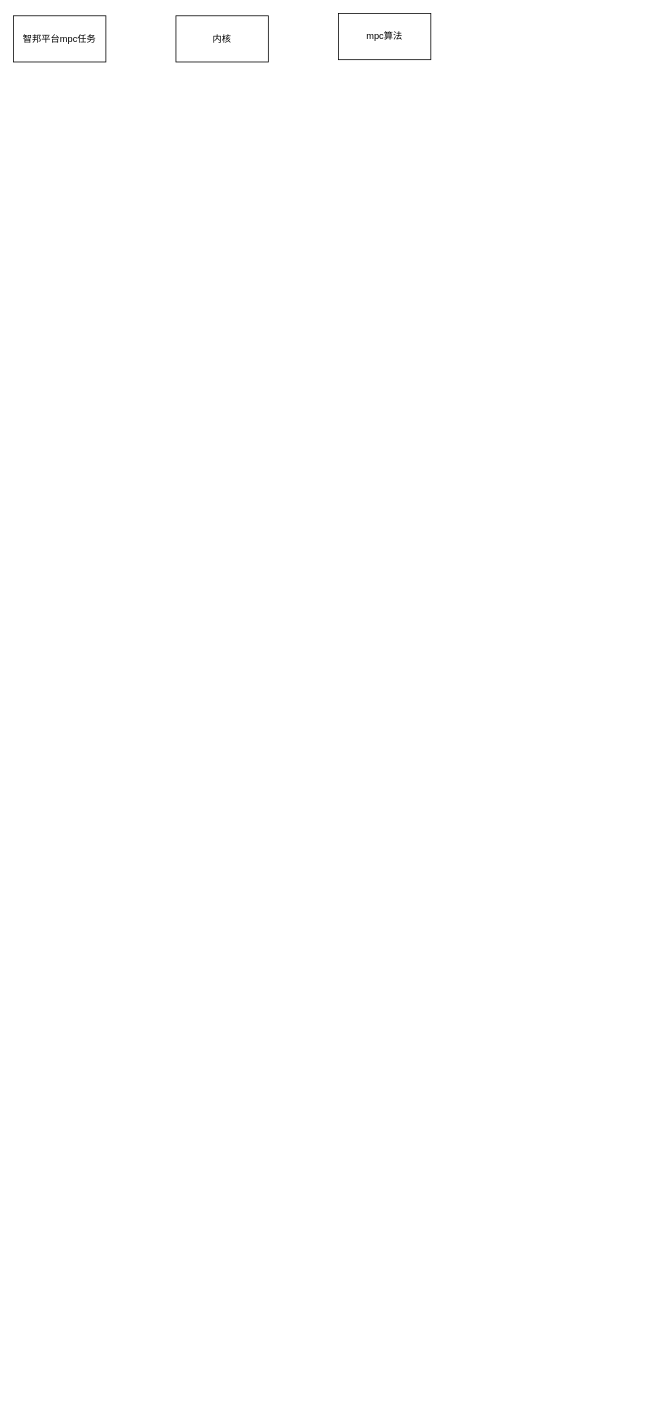
Before: Idata/V3.0/v3.1的流程图.drawio in ljf0705/FlowPictureWithMorePoject, a draw.io diagram. Source tidied: cells renumbered, new cells numbered last; positions are measured from the earlier drawing's top-left corner, leaving out a move shared by most shapes. Both pictures are drawn from the tidied source at 77%, with x=0, y=0 at pixel (13, 13).
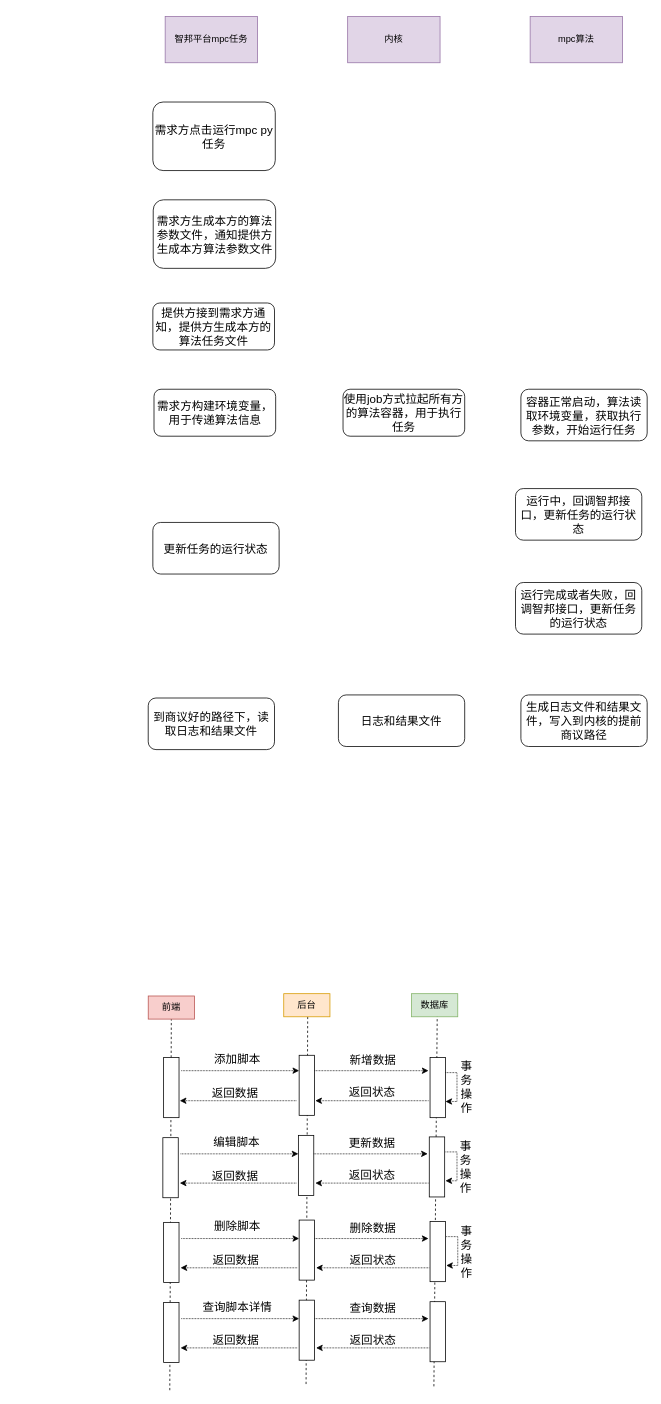
Above is the later version.

Diff of the diagram source:
```diff
@@
-    <mxCell id="2" value="智邦平台mpc任务" style="rounded=0;whiteSpace=wrap;html=1;" parent="1" vertex="1">
-      <mxGeometry y="3" width="120" height="60" as="geometry" />
+    <mxCell id="2" value="智邦平台mpc任务" style="rounded=0;whiteSpace=wrap;html=1;fillColor=#e1d5e7;strokeColor=#9673a6;" parent="1" vertex="1">
+      <mxGeometry x="197" y="4" width="120" height="60" as="geometry" />
     </mxCell>
-    <mxCell id="3" value="内核" style="rounded=0;whiteSpace=wrap;html=1;" parent="1" vertex="1">
-      <mxGeometry x="211" y="3" width="120" height="60" as="geometry" />
+    <mxCell id="3" value="内核" style="rounded=0;whiteSpace=wrap;html=1;fillColor=#e1d5e7;strokeColor=#9673a6;" parent="1" vertex="1">
+      <mxGeometry x="434" y="4" width="120" height="60" as="geometry" />
     </mxCell>
-    <mxCell id="4" value="mpc算法" style="rounded=0;whiteSpace=wrap;html=1;" parent="1" vertex="1">
-      <mxGeometry x="422" width="120" height="60" as="geometry" />
+    <mxCell id="4" value="mpc算法" style="rounded=0;whiteSpace=wrap;html=1;fillColor=#e1d5e7;strokeColor=#9673a6;" parent="1" vertex="1">
+      <mxGeometry x="671" y="4" width="120" height="60" as="geometry" />
     </mxCell>
+    <mxCell id="5" style="endArrow=none;dashed=1;html=1;rounded=0;entryX=0.5;entryY=1;entryDx=0;entryDy=0;" parent="1" edge="1" target="58">
+      <mxGeometry relative="1" as="geometry">
+        <mxPoint x="203" y="1788" as="sourcePoint" />
+      </mxGeometry>
+    </mxCell>
+    <mxCell id="6" style="endArrow=none;dashed=1;html=1;rounded=0;entryX=0.5;entryY=1;entryDx=0;entryDy=0;" parent="1" edge="1">
+      <mxGeometry relative="1" as="geometry">
+        <mxPoint x="546" y="1783" as="sourcePoint" />
+        <mxPoint x="550.5" y="1281" as="targetPoint" />
+      </mxGeometry>
+    </mxCell>
+    <mxCell id="7" style="rounded=0;whiteSpace=wrap;html=1;direction=south;" parent="1" vertex="1">
+      <mxGeometry x="195" y="1356" width="20" height="78" as="geometry" />
+    </mxCell>
+    <mxCell id="8" style="endArrow=none;dashed=1;html=1;rounded=0;entryX=0.5;entryY=1;entryDx=0;entryDy=0;" parent="1" edge="1">
+      <mxGeometry relative="1" as="geometry">
+        <mxPoint x="380" y="1780" as="sourcePoint" />
+        <mxPoint x="382.2" y="1281" as="targetPoint" />
+      </mxGeometry>
+    </mxCell>
+    <mxCell id="9" style="rounded=0;whiteSpace=wrap;html=1;direction=south;" parent="1" vertex="1">
+      <mxGeometry x="371" y="1353" width="20" height="78" as="geometry" />
+    </mxCell>
+    <mxCell id="10" style="rounded=0;whiteSpace=wrap;html=1;direction=south;" parent="1" vertex="1">
+      <mxGeometry x="541" y="1356" width="20" height="78" as="geometry" />
+    </mxCell>
+    <mxCell id="11" style="endArrow=classic;html=1;rounded=0;dashed=1;dashPattern=1 1;entryX=0.256;entryY=1;entryDx=0;entryDy=0;entryPerimeter=0;" parent="1" edge="1" target="9">
+      <mxGeometry relative="1" as="geometry">
+        <mxPoint x="218" y="1373" as="sourcePoint" />
+      </mxGeometry>
+    </mxCell>
+    <mxCell id="12" style="endArrow=classic;html=1;rounded=0;dashed=1;dashPattern=1 1;" parent="1" edge="1">
+      <mxGeometry relative="1" as="geometry">
+        <mxPoint x="391" y="1373" as="sourcePoint" />
+        <mxPoint x="539" y="1373" as="targetPoint" />
+      </mxGeometry>
+    </mxCell>
+    <mxCell id="13" style="endArrow=none;html=1;rounded=0;dashed=1;dashPattern=1 1;startArrow=classic;startFill=1;endFill=0;" parent="1" edge="1">
+      <mxGeometry relative="1" as="geometry">
+        <mxPoint x="216" y="1412" as="sourcePoint" />
+        <mxPoint x="368" y="1412" as="targetPoint" />
+      </mxGeometry>
+    </mxCell>
+    <mxCell id="14" style="endArrow=none;html=1;rounded=0;dashed=1;dashPattern=1 1;startArrow=classic;startFill=1;endFill=0;" parent="1" edge="1">
+      <mxGeometry relative="1" as="geometry">
+        <mxPoint x="392" y="1412" as="sourcePoint" />
+        <mxPoint x="539" y="1412" as="targetPoint" />
+      </mxGeometry>
+    </mxCell>
+    <mxCell id="15" value="&lt;font style=&quot;font-size: 15px;&quot;&gt;添加脚本&lt;/font&gt;" style="text;html=1;strokeColor=none;fillColor=none;align=center;verticalAlign=middle;whiteSpace=wrap;rounded=0;" parent="1" vertex="1">
+      <mxGeometry x="208" y="1343" width="166" height="28" as="geometry" />
+    </mxCell>
+    <mxCell id="16" value="&lt;span style=&quot;font-size: 15px;&quot;&gt;新增数据&lt;/span&gt;" style="text;html=1;strokeColor=none;fillColor=none;align=center;verticalAlign=middle;whiteSpace=wrap;rounded=0;" parent="1" vertex="1">
+      <mxGeometry x="384" y="1345" width="166" height="28" as="geometry" />
+    </mxCell>
+    <mxCell id="17" style="edgeStyle=elbowEdgeStyle;elbow=horizontal;endArrow=none;html=1;rounded=0;dashed=1;dashPattern=1 1;fontSize=15;startArrow=classic;startFill=1;endFill=0;entryX=0.25;entryY=0;entryDx=0;entryDy=0;" parent="1" edge="1" target="10">
+      <mxGeometry relative="1" as="geometry">
+        <mxPoint x="561" y="1413" as="sourcePoint" />
+        <Array as="points">
+          <mxPoint x="576" y="1394" />
+        </Array>
+      </mxGeometry>
+    </mxCell>
+    <mxCell id="18" value="&lt;span style=&quot;font-size: 15px;&quot;&gt;事务操作&lt;/span&gt;" style="text;html=1;strokeColor=none;fillColor=none;align=center;verticalAlign=middle;whiteSpace=wrap;rounded=0;" parent="1" vertex="1">
+      <mxGeometry x="577" y="1380" width="23" height="28" as="geometry" />
+    </mxCell>
+    <mxCell id="19" style="rounded=0;whiteSpace=wrap;html=1;direction=south;" parent="1" vertex="1">
+      <mxGeometry x="194" y="1460" width="20" height="78" as="geometry" />
+    </mxCell>
+    <mxCell id="20" style="rounded=0;whiteSpace=wrap;html=1;direction=south;" parent="1" vertex="1">
+      <mxGeometry x="370" y="1457" width="20" height="78" as="geometry" />
+    </mxCell>
+    <mxCell id="21" style="rounded=0;whiteSpace=wrap;html=1;direction=south;" parent="1" vertex="1">
+      <mxGeometry x="540" y="1459" width="20" height="78" as="geometry" />
+    </mxCell>
+    <mxCell id="22" style="endArrow=classic;html=1;rounded=0;dashed=1;dashPattern=1 1;entryX=0.256;entryY=1;entryDx=0;entryDy=0;entryPerimeter=0;" parent="1" edge="1">
+      <mxGeometry relative="1" as="geometry">
+        <mxPoint x="217" y="1481" as="sourcePoint" />
+        <mxPoint x="370" y="1481" as="targetPoint" />
+      </mxGeometry>
+    </mxCell>
+    <mxCell id="23" style="endArrow=classic;html=1;rounded=0;dashed=1;dashPattern=1 1;" parent="1" edge="1">
+      <mxGeometry relative="1" as="geometry">
+        <mxPoint x="390" y="1481" as="sourcePoint" />
+        <mxPoint x="538" y="1481" as="targetPoint" />
+      </mxGeometry>
+    </mxCell>
+    <mxCell id="24" value="&lt;font style=&quot;font-size: 15px;&quot;&gt;编辑脚本&lt;/font&gt;" style="text;html=1;strokeColor=none;fillColor=none;align=center;verticalAlign=middle;whiteSpace=wrap;rounded=0;" parent="1" vertex="1">
+      <mxGeometry x="207" y="1451" width="166" height="28" as="geometry" />
+    </mxCell>
+    <mxCell id="25" value="&lt;span style=&quot;font-size: 15px;&quot;&gt;更新数据&lt;/span&gt;" style="text;html=1;strokeColor=none;fillColor=none;align=center;verticalAlign=middle;whiteSpace=wrap;rounded=0;" parent="1" vertex="1">
+      <mxGeometry x="383" y="1453" width="166" height="28" as="geometry" />
+    </mxCell>
+    <mxCell id="26" style="edgeStyle=elbowEdgeStyle;elbow=horizontal;endArrow=none;html=1;rounded=0;dashed=1;dashPattern=1 1;fontSize=15;startArrow=classic;startFill=1;endFill=0;entryX=0.25;entryY=0;entryDx=0;entryDy=0;" parent="1" edge="1">
+      <mxGeometry relative="1" as="geometry">
+        <mxPoint x="561" y="1516" as="sourcePoint" />
+        <mxPoint x="561" y="1478.5" as="targetPoint" />
+        <Array as="points">
+          <mxPoint x="576" y="1497" />
+        </Array>
+      </mxGeometry>
+    </mxCell>
+    <mxCell id="27" value="&lt;span style=&quot;font-size: 15px;&quot;&gt;事务操作&lt;/span&gt;" style="text;html=1;strokeColor=none;fillColor=none;align=center;verticalAlign=middle;whiteSpace=wrap;rounded=0;" parent="1" vertex="1">
+      <mxGeometry x="576" y="1484" width="23" height="28" as="geometry" />
+    </mxCell>
+    <mxCell id="28" value="&lt;span style=&quot;font-size: 15px;&quot;&gt;返回状态&lt;/span&gt;" style="text;html=1;strokeColor=none;fillColor=none;align=center;verticalAlign=middle;whiteSpace=wrap;rounded=0;" parent="1" vertex="1">
+      <mxGeometry x="383" y="1387" width="166" height="28" as="geometry" />
+    </mxCell>
+    <mxCell id="29" value="&lt;span style=&quot;font-size: 15px;&quot;&gt;返回数据&lt;/span&gt;" style="text;html=1;strokeColor=none;fillColor=none;align=center;verticalAlign=middle;whiteSpace=wrap;rounded=0;" parent="1" vertex="1">
+      <mxGeometry x="205" y="1388" width="166" height="28" as="geometry" />
+    </mxCell>
+    <mxCell id="30" style="endArrow=none;html=1;rounded=0;dashed=1;dashPattern=1 1;startArrow=classic;startFill=1;endFill=0;" parent="1" edge="1">
+      <mxGeometry relative="1" as="geometry">
+        <mxPoint x="216" y="1519" as="sourcePoint" />
+        <mxPoint x="368" y="1519" as="targetPoint" />
+      </mxGeometry>
+    </mxCell>
+    <mxCell id="31" style="endArrow=none;html=1;rounded=0;dashed=1;dashPattern=1 1;startArrow=classic;startFill=1;endFill=0;" parent="1" edge="1">
+      <mxGeometry relative="1" as="geometry">
+        <mxPoint x="392" y="1519" as="sourcePoint" />
+        <mxPoint x="539" y="1519" as="targetPoint" />
+      </mxGeometry>
+    </mxCell>
+    <mxCell id="32" value="&lt;span style=&quot;font-size: 15px;&quot;&gt;返回状态&lt;/span&gt;" style="text;html=1;strokeColor=none;fillColor=none;align=center;verticalAlign=middle;whiteSpace=wrap;rounded=0;" parent="1" vertex="1">
+      <mxGeometry x="383" y="1494" width="166" height="28" as="geometry" />
+    </mxCell>
+    <mxCell id="33" value="&lt;span style=&quot;font-size: 15px;&quot;&gt;返回数据&lt;/span&gt;" style="text;html=1;strokeColor=none;fillColor=none;align=center;verticalAlign=middle;whiteSpace=wrap;rounded=0;" parent="1" vertex="1">
+      <mxGeometry x="205" y="1495" width="166" height="28" as="geometry" />
+    </mxCell>
+    <mxCell id="34" style="rounded=0;whiteSpace=wrap;html=1;direction=south;" parent="1" vertex="1">
+      <mxGeometry x="195" y="1570" width="20" height="78" as="geometry" />
+    </mxCell>
+    <mxCell id="35" style="rounded=0;whiteSpace=wrap;html=1;direction=south;" parent="1" vertex="1">
+      <mxGeometry x="371" y="1567" width="20" height="78" as="geometry" />
+    </mxCell>
+    <mxCell id="36" style="rounded=0;whiteSpace=wrap;html=1;direction=south;" parent="1" vertex="1">
+      <mxGeometry x="541" y="1569" width="20" height="78" as="geometry" />
+    </mxCell>
+    <mxCell id="37" style="endArrow=classic;html=1;rounded=0;dashed=1;dashPattern=1 1;entryX=0.256;entryY=1;entryDx=0;entryDy=0;entryPerimeter=0;" parent="1" edge="1">
+      <mxGeometry relative="1" as="geometry">
+        <mxPoint x="218" y="1591" as="sourcePoint" />
+        <mxPoint x="371" y="1591" as="targetPoint" />
+      </mxGeometry>
+    </mxCell>
+    <mxCell id="38" style="endArrow=classic;html=1;rounded=0;dashed=1;dashPattern=1 1;" parent="1" edge="1">
+      <mxGeometry relative="1" as="geometry">
+        <mxPoint x="391" y="1591" as="sourcePoint" />
+        <mxPoint x="539" y="1591" as="targetPoint" />
+      </mxGeometry>
+    </mxCell>
+    <mxCell id="39" value="&lt;font style=&quot;font-size: 15px;&quot;&gt;删除脚本&lt;/font&gt;" style="text;html=1;strokeColor=none;fillColor=none;align=center;verticalAlign=middle;whiteSpace=wrap;rounded=0;" parent="1" vertex="1">
+      <mxGeometry x="208" y="1561" width="166" height="28" as="geometry" />
+    </mxCell>
+    <mxCell id="40" value="&lt;span style=&quot;font-size: 15px;&quot;&gt;删除数据&lt;/span&gt;" style="text;html=1;strokeColor=none;fillColor=none;align=center;verticalAlign=middle;whiteSpace=wrap;rounded=0;" parent="1" vertex="1">
+      <mxGeometry x="384" y="1563" width="166" height="28" as="geometry" />
+    </mxCell>
+    <mxCell id="41" style="edgeStyle=elbowEdgeStyle;elbow=horizontal;endArrow=none;html=1;rounded=0;dashed=1;dashPattern=1 1;fontSize=15;startArrow=classic;startFill=1;endFill=0;entryX=0.25;entryY=0;entryDx=0;entryDy=0;" parent="1" edge="1">
+      <mxGeometry relative="1" as="geometry">
+        <mxPoint x="562" y="1626" as="sourcePoint" />
+        <mxPoint x="562" y="1588.5" as="targetPoint" />
+        <Array as="points">
+          <mxPoint x="577" y="1607" />
+        </Array>
+      </mxGeometry>
+    </mxCell>
+    <mxCell id="42" value="&lt;span style=&quot;font-size: 15px;&quot;&gt;事务操作&lt;/span&gt;" style="text;html=1;strokeColor=none;fillColor=none;align=center;verticalAlign=middle;whiteSpace=wrap;rounded=0;" parent="1" vertex="1">
+      <mxGeometry x="577" y="1594" width="23" height="28" as="geometry" />
+    </mxCell>
+    <mxCell id="43" style="endArrow=none;html=1;rounded=0;dashed=1;dashPattern=1 1;startArrow=classic;startFill=1;endFill=0;" parent="1" edge="1">
+      <mxGeometry relative="1" as="geometry">
+        <mxPoint x="217" y="1629" as="sourcePoint" />
+        <mxPoint x="369" y="1629" as="targetPoint" />
+      </mxGeometry>
+    </mxCell>
+    <mxCell id="44" style="endArrow=none;html=1;rounded=0;dashed=1;dashPattern=1 1;startArrow=classic;startFill=1;endFill=0;" parent="1" edge="1">
+      <mxGeometry relative="1" as="geometry">
+        <mxPoint x="393" y="1629" as="sourcePoint" />
+        <mxPoint x="540" y="1629" as="targetPoint" />
+      </mxGeometry>
+    </mxCell>
+    <mxCell id="45" value="&lt;span style=&quot;font-size: 15px;&quot;&gt;返回状态&lt;/span&gt;" style="text;html=1;strokeColor=none;fillColor=none;align=center;verticalAlign=middle;whiteSpace=wrap;rounded=0;" parent="1" vertex="1">
+      <mxGeometry x="384" y="1604" width="166" height="28" as="geometry" />
+    </mxCell>
+    <mxCell id="46" value="&lt;span style=&quot;font-size: 15px;&quot;&gt;返回数据&lt;/span&gt;" style="text;html=1;strokeColor=none;fillColor=none;align=center;verticalAlign=middle;whiteSpace=wrap;rounded=0;" parent="1" vertex="1">
+      <mxGeometry x="206" y="1605" width="166" height="28" as="geometry" />
+    </mxCell>
+    <mxCell id="47" style="rounded=0;whiteSpace=wrap;html=1;direction=south;" parent="1" vertex="1">
+      <mxGeometry x="195" y="1674" width="20" height="78" as="geometry" />
+    </mxCell>
+    <mxCell id="48" style="rounded=0;whiteSpace=wrap;html=1;direction=south;" parent="1" vertex="1">
+      <mxGeometry x="371" y="1671" width="20" height="78" as="geometry" />
+    </mxCell>
+    <mxCell id="49" style="rounded=0;whiteSpace=wrap;html=1;direction=south;" parent="1" vertex="1">
+      <mxGeometry x="541" y="1673" width="20" height="78" as="geometry" />
+    </mxCell>
+    <mxCell id="50" style="endArrow=classic;html=1;rounded=0;dashed=1;dashPattern=1 1;entryX=0.256;entryY=1;entryDx=0;entryDy=0;entryPerimeter=0;" parent="1" edge="1">
+      <mxGeometry relative="1" as="geometry">
+        <mxPoint x="218" y="1695" as="sourcePoint" />
+        <mxPoint x="371" y="1695" as="targetPoint" />
+      </mxGeometry>
+    </mxCell>
+    <mxCell id="51" style="endArrow=classic;html=1;rounded=0;dashed=1;dashPattern=1 1;" parent="1" edge="1">
+      <mxGeometry relative="1" as="geometry">
+        <mxPoint x="391" y="1695" as="sourcePoint" />
+        <mxPoint x="539" y="1695" as="targetPoint" />
+      </mxGeometry>
+    </mxCell>
+    <mxCell id="52" value="&lt;span style=&quot;font-size: 15px;&quot;&gt;查询脚本详情&lt;/span&gt;" style="text;html=1;strokeColor=none;fillColor=none;align=center;verticalAlign=middle;whiteSpace=wrap;rounded=0;" parent="1" vertex="1">
+      <mxGeometry x="208" y="1665" width="166" height="28" as="geometry" />
+    </mxCell>
+    <mxCell id="53" value="&lt;span style=&quot;font-size: 15px;&quot;&gt;查询数据&lt;/span&gt;" style="text;html=1;strokeColor=none;fillColor=none;align=center;verticalAlign=middle;whiteSpace=wrap;rounded=0;" parent="1" vertex="1">
+      <mxGeometry x="384" y="1667" width="166" height="28" as="geometry" />
+    </mxCell>
+    <mxCell id="54" style="endArrow=none;html=1;rounded=0;dashed=1;dashPattern=1 1;startArrow=classic;startFill=1;endFill=0;" parent="1" edge="1">
+      <mxGeometry relative="1" as="geometry">
+        <mxPoint x="217" y="1733" as="sourcePoint" />
+        <mxPoint x="369" y="1733" as="targetPoint" />
+      </mxGeometry>
+    </mxCell>
+    <mxCell id="55" style="endArrow=none;html=1;rounded=0;dashed=1;dashPattern=1 1;startArrow=classic;startFill=1;endFill=0;" parent="1" edge="1">
+      <mxGeometry relative="1" as="geometry">
+        <mxPoint x="393" y="1733" as="sourcePoint" />
+        <mxPoint x="540" y="1733" as="targetPoint" />
+      </mxGeometry>
+    </mxCell>
+    <mxCell id="56" value="&lt;span style=&quot;font-size: 15px;&quot;&gt;返回状态&lt;/span&gt;" style="text;html=1;strokeColor=none;fillColor=none;align=center;verticalAlign=middle;whiteSpace=wrap;rounded=0;" parent="1" vertex="1">
+      <mxGeometry x="384" y="1708" width="166" height="28" as="geometry" />
+    </mxCell>
+    <mxCell id="57" value="&lt;span style=&quot;font-size: 15px;&quot;&gt;返回数据&lt;/span&gt;" style="text;html=1;strokeColor=none;fillColor=none;align=center;verticalAlign=middle;whiteSpace=wrap;rounded=0;" parent="1" vertex="1">
+      <mxGeometry x="206" y="1709" width="166" height="28" as="geometry" />
+    </mxCell>
+    <mxCell id="58" value="前端" style="text;html=1;strokeColor=#b85450;fillColor=#f8cecc;align=center;verticalAlign=middle;whiteSpace=wrap;rounded=0;" parent="1" vertex="1">
+      <mxGeometry x="175" y="1276" width="60" height="30" as="geometry" />
+    </mxCell>
+    <mxCell id="59" value="后台" style="text;html=1;strokeColor=#d79b00;fillColor=#ffe6cc;align=center;verticalAlign=middle;whiteSpace=wrap;rounded=0;" parent="1" vertex="1">
+      <mxGeometry x="351" y="1273" width="60" height="30" as="geometry" />
+    </mxCell>
+    <mxCell id="60" value="数据库" style="text;html=1;strokeColor=#82b366;fillColor=#d5e8d4;align=center;verticalAlign=middle;whiteSpace=wrap;rounded=0;" parent="1" vertex="1">
+      <mxGeometry x="517" y="1273" width="60" height="30" as="geometry" />
+    </mxCell>
+    <mxCell id="61" value="需求方生成本方的算法参数文件，通知提供方生成本方算法参数文件" style="rounded=1;whiteSpace=wrap;html=1;fontSize=15;" parent="1" vertex="1">
+      <mxGeometry x="181.5" y="242" width="159" height="89" as="geometry" />
+    </mxCell>
+    <mxCell id="62" value="提供方接到需求方通知，提供方生成本方的算法任务文件" style="rounded=1;whiteSpace=wrap;html=1;fontSize=15;" parent="1" vertex="1">
+      <mxGeometry x="181" y="376" width="158" height="61" as="geometry" />
+    </mxCell>
+    <mxCell id="63" value="需求方点击运行mpc py任务" style="rounded=1;whiteSpace=wrap;html=1;fontSize=15;" parent="1" vertex="1">
+      <mxGeometry x="181" y="115" width="159" height="89" as="geometry" />
+    </mxCell>
+    <mxCell id="64" value="需求方构建环境变量，用于传递算法信息" style="rounded=1;whiteSpace=wrap;html=1;fontSize=15;" parent="1" vertex="1">
+      <mxGeometry x="182.5" y="488" width="158" height="61" as="geometry" />
+    </mxCell>
+    <mxCell id="65" value="使用job方式拉起所有方的算法容器，用于执行任务" style="rounded=1;whiteSpace=wrap;html=1;fontSize=15;" parent="1" vertex="1">
+      <mxGeometry x="428" y="488" width="158" height="61" as="geometry" />
+    </mxCell>
+    <mxCell id="66" value="容器正常启动，算法读取环境变量，获取执行参数，开始运行任务" style="rounded=1;whiteSpace=wrap;html=1;fontSize=15;" parent="1" vertex="1">
+      <mxGeometry x="659" y="488" width="164" height="67" as="geometry" />
+    </mxCell>
+    <mxCell id="67" value="运行中，回调智邦接口，更新任务的运行状态" style="rounded=1;whiteSpace=wrap;html=1;fontSize=15;" parent="1" vertex="1">
+      <mxGeometry x="652" y="617" width="164" height="67" as="geometry" />
+    </mxCell>
+    <mxCell id="68" value="更新任务的运行状态" style="rounded=1;whiteSpace=wrap;html=1;fontSize=15;" parent="1" vertex="1">
+      <mxGeometry x="181" y="661" width="164" height="67" as="geometry" />
+    </mxCell>
+    <mxCell id="69" value="运行完成或者失败，回调智邦接口，更新任务的运行状态" style="rounded=1;whiteSpace=wrap;html=1;fontSize=15;" parent="1" vertex="1">
+      <mxGeometry x="652" y="739" width="164" height="67" as="geometry" />
+    </mxCell>
+    <mxCell id="70" value="生成日志文件和结果文件，写入到内核的提前商议路径" style="rounded=1;whiteSpace=wrap;html=1;fontSize=15;" parent="1" vertex="1">
+      <mxGeometry x="659" y="885" width="164" height="67" as="geometry" />
+    </mxCell>
+    <mxCell id="71" value="日志和结果文件" style="rounded=1;whiteSpace=wrap;html=1;fontSize=15;" parent="1" vertex="1">
+      <mxGeometry x="422" y="885" width="164" height="67" as="geometry" />
+    </mxCell>
+    <mxCell id="72" value="到商议好的路径下，读取日志和结果文件" style="rounded=1;whiteSpace=wrap;html=1;fontSize=15;" parent="1" vertex="1">
+      <mxGeometry x="175" y="889" width="164" height="67" as="geometry" />
+    </mxCell>
```
